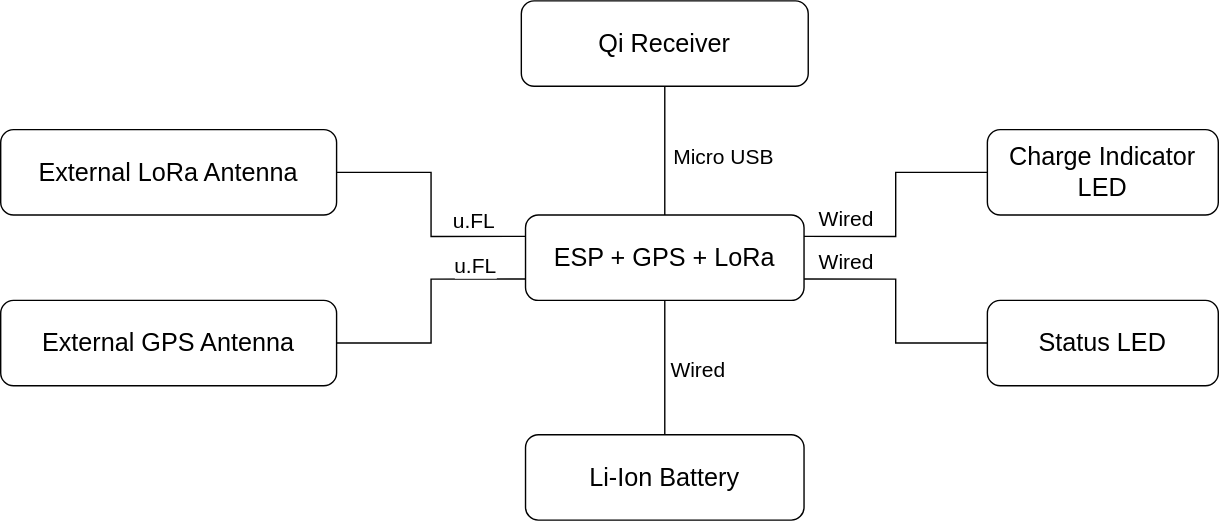
Before: SailTrack Radio/block-diagram.svg, a diagram exported from draw.io (metisvela/sailtrack). Source tidied: cells renumbered, new cells last; positions are measured from the earlier drawing's top-left corner, leaving out a move shared by most shapes. The source it was exported from:
```xml
<mxGraphModel background="#ffffff">
  <root>
    <mxCell id="0" />
    <mxCell id="1" parent="0" />
    <mxCell id="2" style="edgeStyle=orthogonalEdgeStyle;rounded=0;jettySize=auto;html=1;exitX=1;exitY=0.25;exitDx=0;exitDy=0;entryX=0;entryY=0.5;entryDx=0;entryDy=0;endArrow=none;endFill=0;fontSize=15;" parent="1" edge="1" source="6" target="16">
      <mxGeometry relative="1" as="geometry" />
    </mxCell>
    <mxCell id="3" value="Wired" style="edgeLabel;html=1;align=center;verticalAlign=bottom;fontSize=15;" parent="2" vertex="1">
      <mxGeometry x="-0.74" y="3" relative="1" as="geometry">
        <mxPoint x="6" y="1" as="offset" />
      </mxGeometry>
    </mxCell>
    <mxCell id="4" style="edgeStyle=orthogonalEdgeStyle;rounded=0;jettySize=auto;html=1;exitX=1;exitY=0.75;exitDx=0;exitDy=0;entryX=0;entryY=0.5;entryDx=0;entryDy=0;endArrow=none;endFill=0;fontSize=15;" parent="1" edge="1" source="6" target="17">
      <mxGeometry relative="1" as="geometry" />
    </mxCell>
    <mxCell id="5" value="Wired" style="edgeLabel;html=1;align=center;verticalAlign=bottom;fontSize=15;" parent="4" vertex="1">
      <mxGeometry x="-0.66" relative="1" as="geometry">
        <mxPoint y="-2" as="offset" />
      </mxGeometry>
    </mxCell>
    <mxCell id="6" value="ESP + GPS + LoRa" style="rounded=1;whiteSpace=wrap;html=1;fontSize=18;" parent="1" vertex="1">
      <mxGeometry x="375" y="153" width="199" height="61" as="geometry" />
    </mxCell>
    <mxCell id="7" style="edgeStyle=orthogonalEdgeStyle;rounded=0;jettySize=auto;html=1;exitX=0.5;exitY=0;exitDx=0;exitDy=0;entryX=0.5;entryY=1;entryDx=0;entryDy=0;endArrow=none;endFill=0;" parent="1" edge="1" source="9" target="6">
      <mxGeometry relative="1" as="geometry" />
    </mxCell>
    <mxCell id="8" value="Wired" style="edgeLabel;html=1;align=left;verticalAlign=middle;fontSize=15;" parent="7" vertex="1">
      <mxGeometry y="2" relative="1" as="geometry">
        <mxPoint x="4" as="offset" />
      </mxGeometry>
    </mxCell>
    <mxCell id="9" value="Li-Ion Battery" style="rounded=1;whiteSpace=wrap;html=1;fontSize=18;" parent="1" vertex="1">
      <mxGeometry x="375" y="310" width="199" height="61" as="geometry" />
    </mxCell>
    <mxCell id="10" style="edgeStyle=orthogonalEdgeStyle;rounded=0;jettySize=auto;html=1;exitX=1;exitY=0.5;exitDx=0;exitDy=0;entryX=0;entryY=0.75;entryDx=0;entryDy=0;endArrow=none;endFill=0;fontSize=15;" parent="1" edge="1" source="12" target="6">
      <mxGeometry relative="1" as="geometry" />
    </mxCell>
    <mxCell id="11" value="u.FL" style="edgeLabel;html=1;align=center;verticalAlign=bottom;fontSize=15;" parent="10" vertex="1">
      <mxGeometry x="0.59" y="-1" relative="1" as="geometry" />
    </mxCell>
    <mxCell id="12" value="External GPS Antenna" style="rounded=1;whiteSpace=wrap;html=1;fontSize=18;" parent="1" vertex="1">
      <mxGeometry y="214" width="240" height="61" as="geometry" />
    </mxCell>
    <mxCell id="13" style="edgeStyle=orthogonalEdgeStyle;rounded=0;jettySize=auto;html=1;exitX=1;exitY=0.5;exitDx=0;exitDy=0;entryX=0;entryY=0.25;entryDx=0;entryDy=0;endArrow=none;endFill=0;fontSize=15;" parent="1" edge="1" source="15" target="6">
      <mxGeometry relative="1" as="geometry" />
    </mxCell>
    <mxCell id="14" value="u.FL" style="edgeLabel;html=1;align=center;verticalAlign=bottom;fontSize=15;" parent="13" vertex="1">
      <mxGeometry x="0.55" relative="1" as="geometry">
        <mxPoint x="3" as="offset" />
      </mxGeometry>
    </mxCell>
    <mxCell id="15" value="External LoRa Antenna" style="rounded=1;whiteSpace=wrap;html=1;fontSize=18;" parent="1" vertex="1">
      <mxGeometry y="92" width="240" height="61" as="geometry" />
    </mxCell>
    <mxCell id="16" value="Charge Indicator LED" style="rounded=1;whiteSpace=wrap;html=1;fontSize=18;" parent="1" vertex="1">
      <mxGeometry x="705" y="92" width="165" height="61" as="geometry" />
    </mxCell>
    <mxCell id="17" value="Status LED" style="rounded=1;whiteSpace=wrap;html=1;fontSize=18;" parent="1" vertex="1">
      <mxGeometry x="705" y="214" width="165" height="61" as="geometry" />
    </mxCell>
    <mxCell id="18" style="edgeStyle=orthogonalEdgeStyle;rounded=0;jettySize=auto;html=1;exitX=0.5;exitY=1;exitDx=0;exitDy=0;entryX=0.5;entryY=0;entryDx=0;entryDy=0;endArrow=none;endFill=0;fontSize=15;" parent="1" edge="1" source="20" target="6">
      <mxGeometry relative="1" as="geometry" />
    </mxCell>
    <mxCell id="19" value="Micro USB" style="edgeLabel;html=1;align=left;verticalAlign=middle;fontSize=15;" parent="18" vertex="1">
      <mxGeometry x="0.22" y="1" relative="1" as="geometry">
        <mxPoint x="3" y="-7" as="offset" />
      </mxGeometry>
    </mxCell>
    <mxCell id="20" value="Qi Receiver" style="rounded=1;whiteSpace=wrap;html=1;fontSize=18;" parent="1" vertex="1">
      <mxGeometry x="372" width="205" height="61" as="geometry" />
    </mxCell>
  </root>
</mxGraphModel>
```
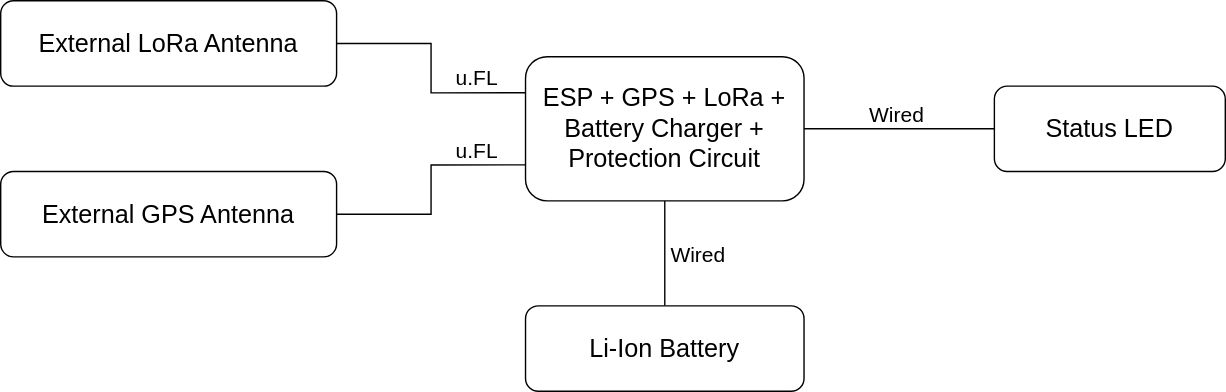
The same diagram one commit later.

Change to the diagram source:
```diff
@@ -2,24 +2,16 @@
   <root>
     <mxCell id="0" />
     <mxCell id="1" parent="0" />
-    <mxCell id="2" style="edgeStyle=orthogonalEdgeStyle;rounded=0;jettySize=auto;html=1;exitX=1;exitY=0.25;exitDx=0;exitDy=0;entryX=0;entryY=0.5;entryDx=0;entryDy=0;endArrow=none;endFill=0;fontSize=15;" parent="1" edge="1" source="6" target="16">
-      <mxGeometry relative="1" as="geometry" />
-    </mxCell>
-    <mxCell id="3" value="Wired" style="edgeLabel;html=1;align=center;verticalAlign=bottom;fontSize=15;" parent="2" vertex="1">
-      <mxGeometry x="-0.74" y="3" relative="1" as="geometry">
-        <mxPoint x="6" y="1" as="offset" />
-      </mxGeometry>
-    </mxCell>
-    <mxCell id="4" style="edgeStyle=orthogonalEdgeStyle;rounded=0;jettySize=auto;html=1;exitX=1;exitY=0.75;exitDx=0;exitDy=0;entryX=0;entryY=0.5;entryDx=0;entryDy=0;endArrow=none;endFill=0;fontSize=15;" parent="1" edge="1" source="6" target="17">
+    <mxCell id="4" style="edgeStyle=orthogonalEdgeStyle;rounded=0;jettySize=auto;html=1;exitX=1;exitY=0.5;exitDx=0;exitDy=0;entryX=0;entryY=0.5;entryDx=0;entryDy=0;endArrow=none;endFill=0;fontSize=15;" parent="1" edge="1" source="6" target="17">
       <mxGeometry relative="1" as="geometry" />
     </mxCell>
     <mxCell id="5" value="Wired" style="edgeLabel;html=1;align=center;verticalAlign=bottom;fontSize=15;" parent="4" vertex="1">
       <mxGeometry x="-0.66" relative="1" as="geometry">
-        <mxPoint y="-2" as="offset" />
+        <mxPoint x="42.7" as="offset" />
       </mxGeometry>
     </mxCell>
-    <mxCell id="6" value="ESP + GPS + LoRa" style="rounded=1;whiteSpace=wrap;html=1;fontSize=18;" parent="1" vertex="1">
-      <mxGeometry x="375" y="153" width="199" height="61" as="geometry" />
+    <mxCell id="6" value="ESP + GPS + LoRa + Battery Charger + Protection Circuit" style="rounded=1;whiteSpace=wrap;html=1;fontSize=18;" parent="1" vertex="1">
+      <mxGeometry x="375" y="132" width="199" height="103" as="geometry" />
     </mxCell>
     <mxCell id="7" style="edgeStyle=orthogonalEdgeStyle;rounded=0;jettySize=auto;html=1;exitX=0.5;exitY=0;exitDx=0;exitDy=0;entryX=0.5;entryY=1;entryDx=0;entryDy=0;endArrow=none;endFill=0;" parent="1" edge="1" source="9" target="6">
       <mxGeometry relative="1" as="geometry" />
@@ -52,22 +44,8 @@
     <mxCell id="15" value="External LoRa Antenna" style="rounded=1;whiteSpace=wrap;html=1;fontSize=18;" parent="1" vertex="1">
       <mxGeometry y="92" width="240" height="61" as="geometry" />
     </mxCell>
-    <mxCell id="16" value="Charge Indicator LED" style="rounded=1;whiteSpace=wrap;html=1;fontSize=18;" parent="1" vertex="1">
-      <mxGeometry x="705" y="92" width="165" height="61" as="geometry" />
-    </mxCell>
     <mxCell id="17" value="Status LED" style="rounded=1;whiteSpace=wrap;html=1;fontSize=18;" parent="1" vertex="1">
-      <mxGeometry x="705" y="214" width="165" height="61" as="geometry" />
+      <mxGeometry x="710" y="153" width="165" height="61" as="geometry" />
     </mxCell>
-    <mxCell id="18" style="edgeStyle=orthogonalEdgeStyle;rounded=0;jettySize=auto;html=1;exitX=0.5;exitY=1;exitDx=0;exitDy=0;entryX=0.5;entryY=0;entryDx=0;entryDy=0;endArrow=none;endFill=0;fontSize=15;" parent="1" edge="1" source="20" target="6">
-      <mxGeometry relative="1" as="geometry" />
-    </mxCell>
-    <mxCell id="19" value="Micro USB" style="edgeLabel;html=1;align=left;verticalAlign=middle;fontSize=15;" parent="18" vertex="1">
-      <mxGeometry x="0.22" y="1" relative="1" as="geometry">
-        <mxPoint x="3" y="-7" as="offset" />
-      </mxGeometry>
-    </mxCell>
-    <mxCell id="20" value="Qi Receiver" style="rounded=1;whiteSpace=wrap;html=1;fontSize=18;" parent="1" vertex="1">
-      <mxGeometry x="372" width="205" height="61" as="geometry" />
-    </mxCell>
   </root>
 </mxGraphModel>
```
